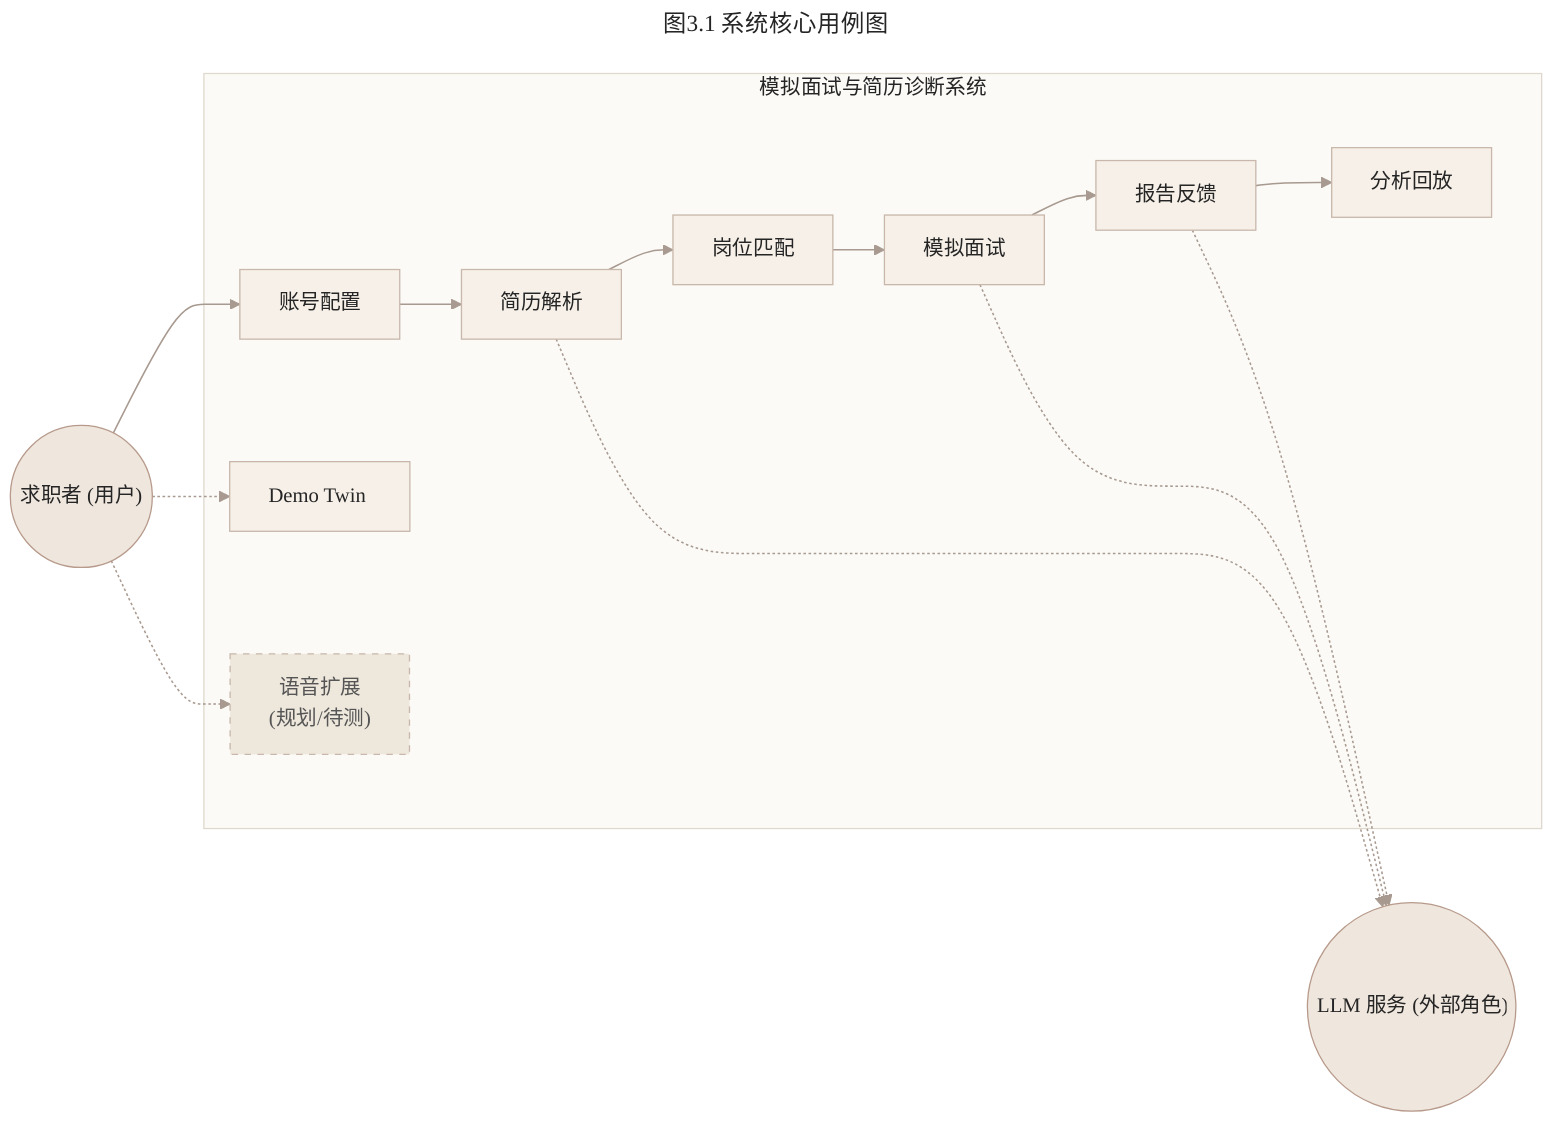
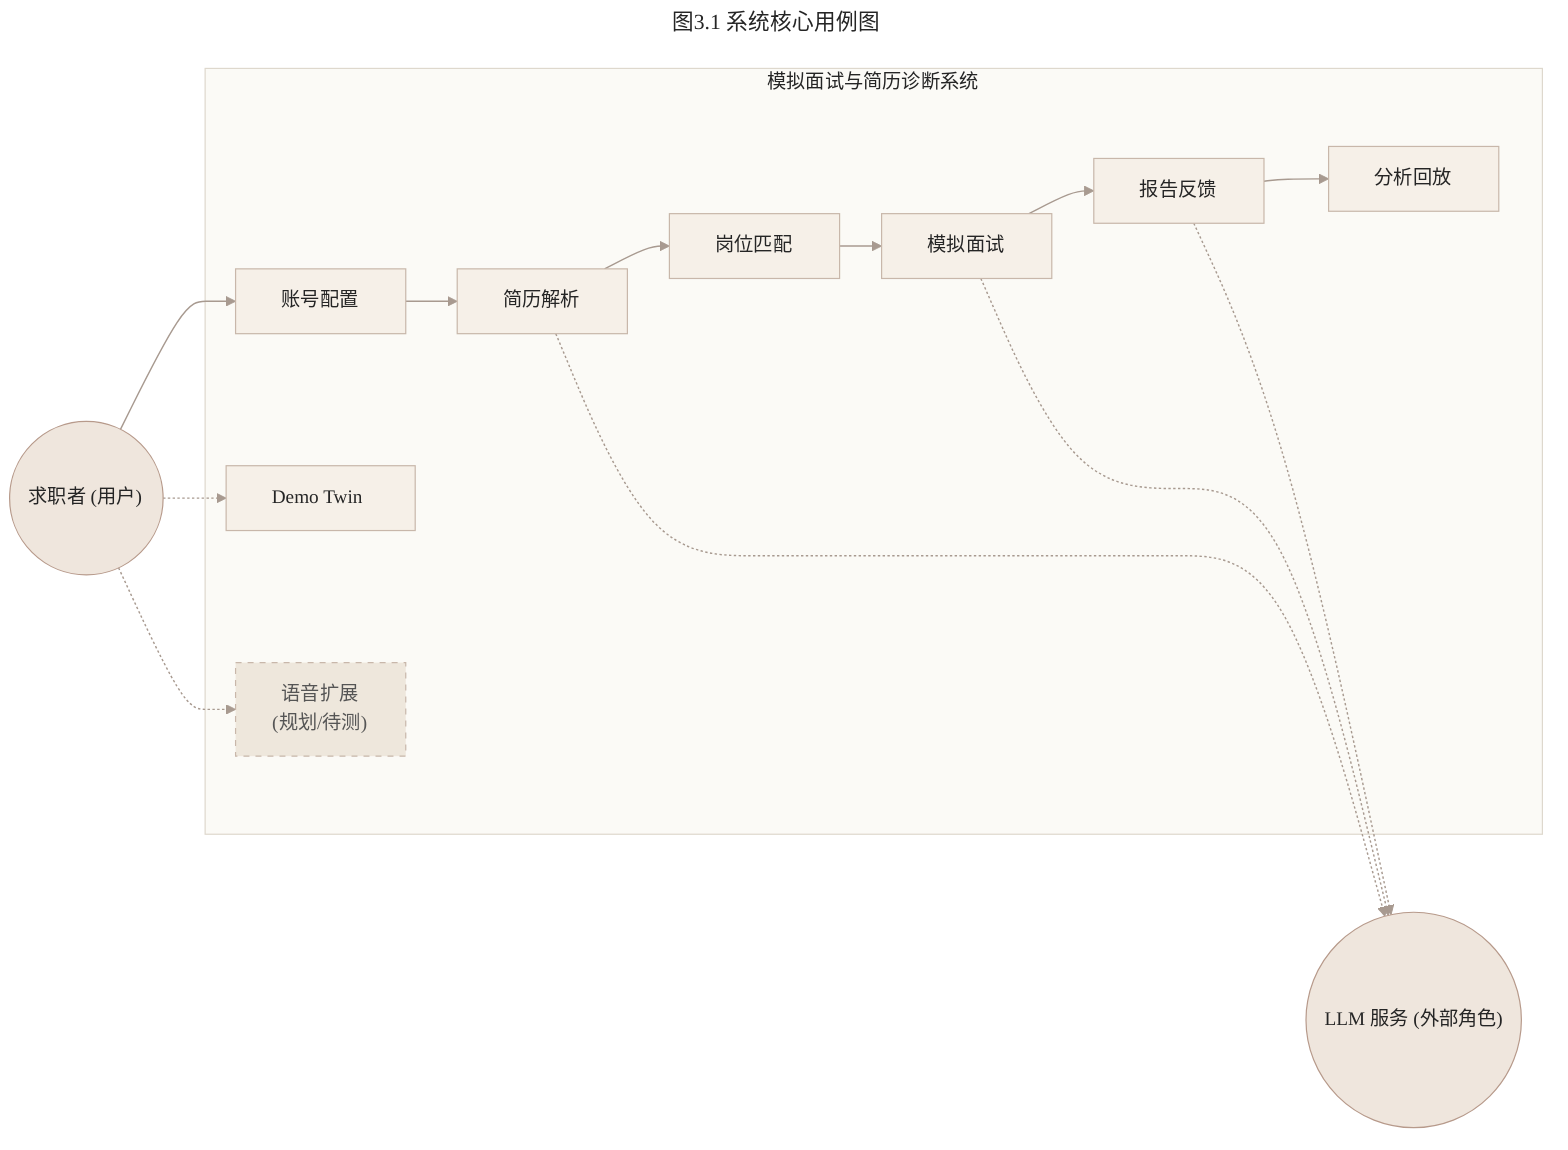
---
title: 图3.1 系统核心用例图
---
%%{init: {
-   'theme': 'base',
-   'themeVariables': {
-     'background': '#FAF8F2',
-     'primaryColor': '#EFE6DD',
-     'primaryBorderColor': '#B79A8B',
-     'primaryTextColor': '#252525',
-     'lineColor': '#A89A90',
-     'secondaryColor': '#F6F0E8',
-     'tertiaryColor': '#FBFAF6',
-     'fontFamily': 'Microsoft YaHei, SimHei, Arial, sans-serif',
-     'fontSize': '16px'
+   "theme": "base",
+   "themeVariables": {
+     "background": "#FAF8F2",
+     "primaryColor": "#EFE6DD",
+     "primaryBorderColor": "#B79A8B",
+     "primaryTextColor": "#252525",
+     "lineColor": "#A89A90",
+     "secondaryColor": "#F6F0E8",
+     "tertiaryColor": "#FBFAF6",
+     "fontFamily": "system-ui, -apple-system, \"Microsoft YaHei\", sans-serif",
+     "fontSize": "16px",
+     "nodePadding": "15px"
  },
-   'flowchart': {
-     'nodeSpacing': 95,
-     'rankSpacing': 40
+   "flowchart": {
+     "nodeSpacing": 110,
+     "rankSpacing": 35
  }
}}%%
flowchart LR
-   user(("求职者 (用户)"))
-   llm_service(("LLM 服务 (外部角色)"))
+   user((" &nbsp; 求职者 (用户) &nbsp; "))
+   llm_service((" &nbsp; LLM 服务 (外部角色) &nbsp; "))

-   subgraph system_boundary["模拟面试与简历诊断系统"]
-     login_profile["账号配置"]
-     resume_parse["简历解析"]
-     job_match["岗位匹配"]
-     mock_interview["模拟面试"]
-     report_feedback["报告反馈"]
-     analytics_history["分析回放"]
+   subgraph system_boundary[" &nbsp; 模拟面试与简历诊断系统 &nbsp; "]
+     login_profile[" &nbsp; 账号配置 &nbsp; "]
+     resume_parse[" &nbsp; 简历解析 &nbsp; "]
+     job_match[" &nbsp; 岗位匹配 &nbsp; "]
+     mock_interview[" &nbsp; 模拟面试 &nbsp; "]
+     report_feedback[" &nbsp; 报告反馈 &nbsp; "]
+     analytics_history[" &nbsp; 分析回放 &nbsp; "]

-     demo_twin["Demo Twin"]
-     voice_extension["语音扩展<br/>(规划/待测)"]
+     demo_twin[" &nbsp; Demo Twin &nbsp; "]
+     voice_extension[" &nbsp; 语音扩展 &nbsp; <br/>(规划/待测) "]

    login_profile --> resume_parse --> job_match --> mock_interview --> report_feedback --> analytics_history
  end

  user --> login_profile
  user -.-> demo_twin
  user -.-> voice_extension

  resume_parse -.-> llm_service
  mock_interview -.-> llm_service
  report_feedback -.-> llm_service

  classDef actor fill:#EFE6DD,stroke:#B79A8B,color:#252525
  classDef layer fill:#FBFAF6,stroke:#DED8CD,color:#252525
  classDef node fill:#F6F0E8,stroke:#C8B7AA,color:#252525
  classDef plan fill:#EEE7DC,stroke:#C8B7AA,stroke-dasharray: 5 5,color:#555555
  class user,llm_service actor
  class system_boundary layer
  class login_profile,resume_parse,job_match,mock_interview,report_feedback,analytics_history,demo_twin node
  class voice_extension plan
  linkStyle default stroke:#A89A90,stroke-width:1.2px
